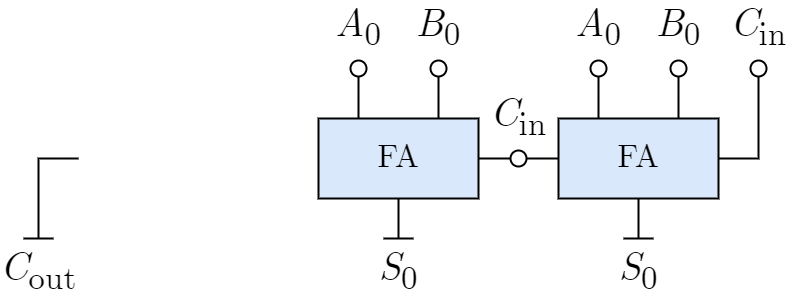
The draw.io diagram 24Au-DigitalLogic&Processor/Circuits/FIG-4-bit_Ripple_Carry_Adder.drawio.png in TheTenth-THU/THUEE23-24Autumn, before a commit. Source tidied: cells renumbered, new cells last; positions are measured from the earlier drawing's top-left corner, leaving out a move shared by most shapes.
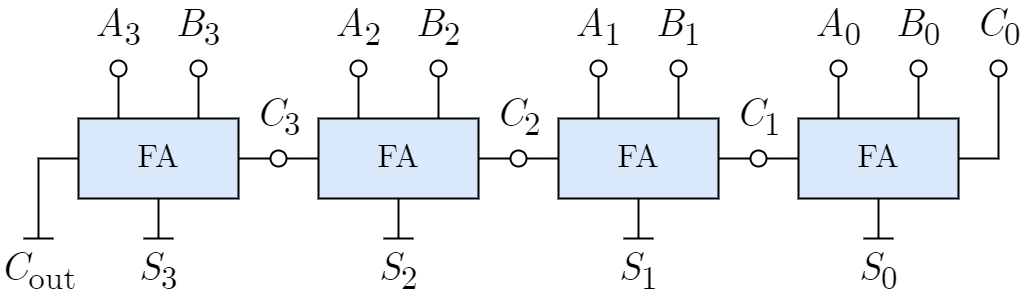
Above is the later version.

What changed in the source:
```diff
@@ -27,7 +27,7 @@
     <mxCell id="8" style="verticalLabelPosition=bottom;shadow=0;dashed=0;align=center;html=1;verticalAlign=top;shape=mxgraph.electrical.logic_gates.inverting_contact;fontFamily=Helvetica;fontSize=20;strokeWidth=2;rotation=-90;" parent="1" vertex="1">
       <mxGeometry x="660" y="40" width="20" height="20" as="geometry" />
     </mxCell>
-    <mxCell id="9" value="&lt;span style=&quot;font-size: 40px;&quot;&gt;C&lt;span style=&quot;font-style: normal;&quot;&gt;&lt;sub&gt;in&lt;/sub&gt;&lt;/span&gt;&lt;/span&gt;" style="text;html=1;align=center;verticalAlign=bottom;whiteSpace=wrap;rounded=0;fontFamily=CMU Serif;fontSize=40;fontColor=default;labelBackgroundColor=none;fontStyle=2;spacingLeft=3;spacingRight=3;spacingBottom=0;spacingTop=-15;" parent="1" vertex="1">
+    <mxCell id="9" value="&lt;span style=&quot;font-size: 40px;&quot;&gt;C&lt;span style=&quot;font-style: normal;&quot;&gt;&lt;sub&gt;0&lt;/sub&gt;&lt;/span&gt;&lt;/span&gt;" style="text;html=1;align=center;verticalAlign=bottom;whiteSpace=wrap;rounded=0;fontFamily=CMU Serif;fontSize=40;fontColor=default;labelBackgroundColor=none;fontStyle=2;spacingLeft=3;spacingRight=3;spacingBottom=0;spacingTop=-15;" parent="1" vertex="1">
       <mxGeometry x="720" width="60" height="40" as="geometry" />
     </mxCell>
     <mxCell id="10" style="edgeStyle=orthogonalEdgeStyle;rounded=0;jettySize=auto;html=1;fontFamily=Helvetica;fontSize=20;fontColor=default;endArrow=none;endFill=0;strokeWidth=2;entryX=0.1;entryY=0.5;entryDx=0;entryDy=0;entryPerimeter=0;jumpStyle=arc;exitX=1;exitY=0.5;exitDx=0;exitDy=0;" parent="1" edge="1" source="2" target="11">
@@ -56,28 +56,28 @@
       </mxGeometry>
     </mxCell>
     <mxCell id="15" value="&lt;span style=&quot;font-size: 40px;&quot;&gt;C&lt;span style=&quot;font-style: normal;&quot;&gt;&lt;sub&gt;out&lt;/sub&gt;&lt;/span&gt;&lt;/span&gt;" style="text;html=1;align=center;verticalAlign=top;whiteSpace=wrap;rounded=0;fontFamily=CMU Serif;fontSize=40;fontColor=default;labelBackgroundColor=none;fontStyle=2;spacingLeft=3;spacingRight=3;spacingBottom=0;spacingTop=0;" parent="1" vertex="1">
-      <mxGeometry y="220" width="60" height="40" as="geometry" />
+      <mxGeometry x="-240" y="220" width="60" height="40" as="geometry" />
     </mxCell>
     <mxCell id="16" style="edgeStyle=orthogonalEdgeStyle;rounded=0;orthogonalLoop=1;jettySize=auto;html=1;fontFamily=Helvetica;fontSize=20;fontColor=default;endArrow=none;endFill=0;strokeWidth=2;jumpStyle=arc;exitX=0;exitY=0.5;exitDx=0;exitDy=0;" parent="1" edge="1">
       <mxGeometry relative="1" as="geometry">
-        <mxPoint x="70" y="140" as="sourcePoint" />
-        <mxPoint x="30" y="220" as="targetPoint" />
+        <mxPoint x="-170" y="140" as="sourcePoint" />
+        <mxPoint x="-210" y="220" as="targetPoint" />
       </mxGeometry>
     </mxCell>
     <mxCell id="17" style="edgeStyle=orthogonalEdgeStyle;rounded=0;orthogonalLoop=1;jettySize=auto;html=1;fontFamily=Helvetica;fontSize=20;fontColor=default;endArrow=none;endFill=0;strokeWidth=2;jumpStyle=arc;" parent="1" edge="1">
       <mxGeometry relative="1" as="geometry">
-        <mxPoint x="15" y="220" as="sourcePoint" />
-        <mxPoint x="45" y="220" as="targetPoint" />
+        <mxPoint x="-225" y="220" as="sourcePoint" />
+        <mxPoint x="-195" y="220" as="targetPoint" />
         <Array as="points">
-          <mxPoint x="25" y="220" />
-          <mxPoint x="25" y="220" />
+          <mxPoint x="-215" y="220" />
+          <mxPoint x="-215" y="220" />
         </Array>
       </mxGeometry>
     </mxCell>
     <mxCell id="18" value="FA" style="rounded=0;whiteSpace=wrap;html=1;verticalAlign=middle;fillColor=#dae8fc;shadow=0;dashed=0;strokeWidth=2;fontFamily=CMU Serif;fontSize=32;" parent="1" vertex="1">
       <mxGeometry x="310" y="100" width="160" height="80" as="geometry" />
     </mxCell>
-    <mxCell id="19" value="&lt;span style=&quot;font-size: 40px;&quot;&gt;A&lt;span style=&quot;font-style: normal;&quot;&gt;&lt;sub&gt;0&lt;/sub&gt;&lt;/span&gt;&lt;/span&gt;" style="text;html=1;align=center;verticalAlign=bottom;whiteSpace=wrap;rounded=0;fontFamily=CMU Serif;fontSize=40;fontColor=default;labelBackgroundColor=none;fontStyle=2;spacingLeft=3;spacingRight=3;spacingBottom=0;spacingTop=-15;" parent="1" vertex="1">
+    <mxCell id="19" value="&lt;span style=&quot;font-size: 40px;&quot;&gt;A&lt;span style=&quot;font-style: normal;&quot;&gt;&lt;sub&gt;1&lt;/sub&gt;&lt;/span&gt;&lt;/span&gt;" style="text;html=1;align=center;verticalAlign=bottom;whiteSpace=wrap;rounded=0;fontFamily=CMU Serif;fontSize=40;fontColor=default;labelBackgroundColor=none;fontStyle=2;spacingLeft=3;spacingRight=3;spacingBottom=0;spacingTop=-15;" parent="1" vertex="1">
       <mxGeometry x="320" width="60" height="40" as="geometry" />
     </mxCell>
     <mxCell id="20" style="edgeStyle=orthogonalEdgeStyle;rounded=0;jettySize=auto;html=1;fontFamily=Helvetica;fontSize=20;fontColor=default;endArrow=none;endFill=0;strokeWidth=2;entryX=0.1;entryY=0.5;entryDx=0;entryDy=0;entryPerimeter=0;jumpStyle=arc;" parent="1" edge="1" target="21">
@@ -88,7 +88,7 @@
     <mxCell id="21" style="verticalLabelPosition=bottom;shadow=0;dashed=0;align=center;html=1;verticalAlign=top;shape=mxgraph.electrical.logic_gates.inverting_contact;fontFamily=Helvetica;fontSize=20;strokeWidth=2;rotation=-90;" parent="1" vertex="1">
       <mxGeometry x="340" y="40" width="20" height="20" as="geometry" />
     </mxCell>
-    <mxCell id="22" value="&lt;span style=&quot;font-size: 40px;&quot;&gt;B&lt;span style=&quot;font-style: normal;&quot;&gt;&lt;sub&gt;0&lt;/sub&gt;&lt;/span&gt;&lt;/span&gt;" style="text;html=1;align=center;verticalAlign=bottom;whiteSpace=wrap;rounded=0;fontFamily=CMU Serif;fontSize=40;fontColor=default;labelBackgroundColor=none;fontStyle=2;spacingLeft=3;spacingRight=3;spacingBottom=0;spacingTop=-15;" parent="1" vertex="1">
+    <mxCell id="22" value="&lt;span style=&quot;font-size: 40px;&quot;&gt;B&lt;span style=&quot;font-style: normal;&quot;&gt;&lt;sub&gt;1&lt;/sub&gt;&lt;/span&gt;&lt;/span&gt;" style="text;html=1;align=center;verticalAlign=bottom;whiteSpace=wrap;rounded=0;fontFamily=CMU Serif;fontSize=40;fontColor=default;labelBackgroundColor=none;fontStyle=2;spacingLeft=3;spacingRight=3;spacingBottom=0;spacingTop=-15;" parent="1" vertex="1">
       <mxGeometry x="400" width="60" height="40" as="geometry" />
     </mxCell>
     <mxCell id="23" style="edgeStyle=orthogonalEdgeStyle;rounded=0;jettySize=auto;html=1;fontFamily=Helvetica;fontSize=20;fontColor=default;endArrow=none;endFill=0;strokeWidth=2;entryX=0.1;entryY=0.5;entryDx=0;entryDy=0;entryPerimeter=0;jumpStyle=arc;" parent="1" edge="1" target="24">
@@ -99,7 +99,7 @@
     <mxCell id="24" style="verticalLabelPosition=bottom;shadow=0;dashed=0;align=center;html=1;verticalAlign=top;shape=mxgraph.electrical.logic_gates.inverting_contact;fontFamily=Helvetica;fontSize=20;strokeWidth=2;rotation=-90;" parent="1" vertex="1">
       <mxGeometry x="420" y="40" width="20" height="20" as="geometry" />
     </mxCell>
-    <mxCell id="25" value="&lt;span style=&quot;font-size: 40px;&quot;&gt;C&lt;span style=&quot;font-style: normal;&quot;&gt;&lt;sub&gt;in&lt;/sub&gt;&lt;/span&gt;&lt;/span&gt;" style="text;html=1;align=center;verticalAlign=bottom;whiteSpace=wrap;rounded=0;fontFamily=CMU Serif;fontSize=40;fontColor=default;labelBackgroundColor=none;fontStyle=2;spacingLeft=3;spacingRight=3;spacingBottom=0;spacingTop=-15;" parent="1" vertex="1">
+    <mxCell id="25" value="&lt;span style=&quot;font-size: 40px;&quot;&gt;C&lt;span style=&quot;font-style: normal;&quot;&gt;&lt;sub&gt;1&lt;/sub&gt;&lt;/span&gt;&lt;/span&gt;" style="text;html=1;align=center;verticalAlign=bottom;whiteSpace=wrap;rounded=0;fontFamily=CMU Serif;fontSize=40;fontColor=default;labelBackgroundColor=none;fontStyle=2;spacingLeft=3;spacingRight=3;spacingBottom=0;spacingTop=-15;" parent="1" vertex="1">
       <mxGeometry x="480" y="90" width="60" height="40" as="geometry" />
     </mxCell>
     <mxCell id="26" style="edgeStyle=orthogonalEdgeStyle;rounded=0;jettySize=auto;html=1;fontFamily=Helvetica;fontSize=20;fontColor=default;endArrow=none;endFill=0;strokeWidth=2;entryX=0;entryY=0.5;entryDx=0;entryDy=0;jumpStyle=arc;exitX=1;exitY=0.5;exitDx=0;exitDy=0;" parent="1" edge="1" source="18" target="2">
@@ -108,7 +108,7 @@
     <mxCell id="27" style="verticalLabelPosition=bottom;shadow=0;dashed=0;align=center;html=1;verticalAlign=top;shape=mxgraph.electrical.logic_gates.inverting_contact;fontFamily=Helvetica;fontSize=20;strokeWidth=2;rotation=0;" parent="1" vertex="1">
       <mxGeometry x="500" y="130" width="20" height="20" as="geometry" />
     </mxCell>
-    <mxCell id="28" value="&lt;span style=&quot;font-size: 40px;&quot;&gt;S&lt;sub style=&quot;font-style: normal;&quot;&gt;0&lt;/sub&gt;&lt;/span&gt;" style="text;html=1;align=center;verticalAlign=top;whiteSpace=wrap;rounded=0;fontFamily=CMU Serif;fontSize=40;fontColor=default;labelBackgroundColor=none;fontStyle=2;spacingLeft=3;spacingRight=3;spacingBottom=0;spacingTop=0;" parent="1" vertex="1">
+    <mxCell id="28" value="&lt;span style=&quot;font-size: 40px;&quot;&gt;S&lt;sub style=&quot;font-style: normal;&quot;&gt;1&lt;/sub&gt;&lt;/span&gt;" style="text;html=1;align=center;verticalAlign=top;whiteSpace=wrap;rounded=0;fontFamily=CMU Serif;fontSize=40;fontColor=default;labelBackgroundColor=none;fontStyle=2;spacingLeft=3;spacingRight=3;spacingBottom=0;spacingTop=0;" parent="1" vertex="1">
       <mxGeometry x="360" y="220" width="60" height="40" as="geometry" />
     </mxCell>
     <mxCell id="29" style="edgeStyle=orthogonalEdgeStyle;rounded=0;orthogonalLoop=1;jettySize=auto;html=1;fontFamily=Helvetica;fontSize=20;fontColor=default;endArrow=none;endFill=0;strokeWidth=2;jumpStyle=arc;exitX=0.25;exitY=1;exitDx=0;exitDy=0;" parent="1" edge="1">
@@ -127,5 +127,115 @@
         </Array>
       </mxGeometry>
     </mxCell>
+    <mxCell id="31" value="FA" style="rounded=0;whiteSpace=wrap;html=1;verticalAlign=middle;fillColor=#dae8fc;shadow=0;dashed=0;strokeWidth=2;fontFamily=CMU Serif;fontSize=32;" parent="1" vertex="1">
+      <mxGeometry x="70" y="100" width="160" height="80" as="geometry" />
+    </mxCell>
+    <mxCell id="32" value="&lt;span style=&quot;font-size: 40px;&quot;&gt;A&lt;span style=&quot;font-style: normal;&quot;&gt;&lt;sub&gt;2&lt;/sub&gt;&lt;/span&gt;&lt;/span&gt;" style="text;html=1;align=center;verticalAlign=bottom;whiteSpace=wrap;rounded=0;fontFamily=CMU Serif;fontSize=40;fontColor=default;labelBackgroundColor=none;fontStyle=2;spacingLeft=3;spacingRight=3;spacingBottom=0;spacingTop=-15;" parent="1" vertex="1">
+      <mxGeometry x="80" width="60" height="40" as="geometry" />
+    </mxCell>
+    <mxCell id="33" style="edgeStyle=orthogonalEdgeStyle;rounded=0;jettySize=auto;html=1;fontFamily=Helvetica;fontSize=20;fontColor=default;endArrow=none;endFill=0;strokeWidth=2;entryX=0.1;entryY=0.5;entryDx=0;entryDy=0;entryPerimeter=0;jumpStyle=arc;" parent="1" edge="1" target="34">
+      <mxGeometry relative="1" as="geometry">
+        <mxPoint x="110" y="100" as="sourcePoint" />
+      </mxGeometry>
+    </mxCell>
+    <mxCell id="34" style="verticalLabelPosition=bottom;shadow=0;dashed=0;align=center;html=1;verticalAlign=top;shape=mxgraph.electrical.logic_gates.inverting_contact;fontFamily=Helvetica;fontSize=20;strokeWidth=2;rotation=-90;" parent="1" vertex="1">
+      <mxGeometry x="100" y="40" width="20" height="20" as="geometry" />
+    </mxCell>
+    <mxCell id="35" value="&lt;span style=&quot;font-size: 40px;&quot;&gt;B&lt;span style=&quot;font-style: normal;&quot;&gt;&lt;sub&gt;2&lt;/sub&gt;&lt;/span&gt;&lt;/span&gt;" style="text;html=1;align=center;verticalAlign=bottom;whiteSpace=wrap;rounded=0;fontFamily=CMU Serif;fontSize=40;fontColor=default;labelBackgroundColor=none;fontStyle=2;spacingLeft=3;spacingRight=3;spacingBottom=0;spacingTop=-15;" parent="1" vertex="1">
+      <mxGeometry x="160" width="60" height="40" as="geometry" />
+    </mxCell>
+    <mxCell id="36" style="edgeStyle=orthogonalEdgeStyle;rounded=0;jettySize=auto;html=1;fontFamily=Helvetica;fontSize=20;fontColor=default;endArrow=none;endFill=0;strokeWidth=2;entryX=0.1;entryY=0.5;entryDx=0;entryDy=0;entryPerimeter=0;jumpStyle=arc;" parent="1" edge="1" target="37">
+      <mxGeometry relative="1" as="geometry">
+        <mxPoint x="190" y="100" as="sourcePoint" />
+      </mxGeometry>
+    </mxCell>
+    <mxCell id="37" style="verticalLabelPosition=bottom;shadow=0;dashed=0;align=center;html=1;verticalAlign=top;shape=mxgraph.electrical.logic_gates.inverting_contact;fontFamily=Helvetica;fontSize=20;strokeWidth=2;rotation=-90;" parent="1" vertex="1">
+      <mxGeometry x="180" y="40" width="20" height="20" as="geometry" />
+    </mxCell>
+    <mxCell id="38" value="&lt;span style=&quot;font-size: 40px;&quot;&gt;C&lt;span style=&quot;font-style: normal;&quot;&gt;&lt;sub&gt;2&lt;/sub&gt;&lt;/span&gt;&lt;/span&gt;" style="text;html=1;align=center;verticalAlign=bottom;whiteSpace=wrap;rounded=0;fontFamily=CMU Serif;fontSize=40;fontColor=default;labelBackgroundColor=none;fontStyle=2;spacingLeft=3;spacingRight=3;spacingBottom=0;spacingTop=-15;" parent="1" vertex="1">
+      <mxGeometry x="240" y="90" width="60" height="40" as="geometry" />
+    </mxCell>
+    <mxCell id="39" style="edgeStyle=orthogonalEdgeStyle;rounded=0;jettySize=auto;html=1;fontFamily=Helvetica;fontSize=20;fontColor=default;endArrow=none;endFill=0;strokeWidth=2;entryX=0;entryY=0.5;entryDx=0;entryDy=0;jumpStyle=arc;exitX=1;exitY=0.5;exitDx=0;exitDy=0;" parent="1" edge="1" source="31">
+      <mxGeometry relative="1" as="geometry">
+        <mxPoint x="310" y="140" as="targetPoint" />
+      </mxGeometry>
+    </mxCell>
+    <mxCell id="40" style="verticalLabelPosition=bottom;shadow=0;dashed=0;align=center;html=1;verticalAlign=top;shape=mxgraph.electrical.logic_gates.inverting_contact;fontFamily=Helvetica;fontSize=20;strokeWidth=2;rotation=0;" parent="1" vertex="1">
+      <mxGeometry x="260" y="130" width="20" height="20" as="geometry" />
+    </mxCell>
+    <mxCell id="41" value="&lt;span style=&quot;font-size: 40px;&quot;&gt;S&lt;sub style=&quot;font-style: normal;&quot;&gt;2&lt;/sub&gt;&lt;/span&gt;" style="text;html=1;align=center;verticalAlign=top;whiteSpace=wrap;rounded=0;fontFamily=CMU Serif;fontSize=40;fontColor=default;labelBackgroundColor=none;fontStyle=2;spacingLeft=3;spacingRight=3;spacingBottom=0;spacingTop=0;" parent="1" vertex="1">
+      <mxGeometry x="120" y="220" width="60" height="40" as="geometry" />
+    </mxCell>
+    <mxCell id="42" style="edgeStyle=orthogonalEdgeStyle;rounded=0;orthogonalLoop=1;jettySize=auto;html=1;fontFamily=Helvetica;fontSize=20;fontColor=default;endArrow=none;endFill=0;strokeWidth=2;jumpStyle=arc;exitX=0.25;exitY=1;exitDx=0;exitDy=0;" parent="1" edge="1">
+      <mxGeometry relative="1" as="geometry">
+        <mxPoint x="150" y="180" as="sourcePoint" />
+        <mxPoint x="150" y="220" as="targetPoint" />
+      </mxGeometry>
+    </mxCell>
+    <mxCell id="43" style="edgeStyle=orthogonalEdgeStyle;rounded=0;orthogonalLoop=1;jettySize=auto;html=1;fontFamily=Helvetica;fontSize=20;fontColor=default;endArrow=none;endFill=0;strokeWidth=2;jumpStyle=arc;" parent="1" edge="1">
+      <mxGeometry relative="1" as="geometry">
+        <mxPoint x="135" y="220" as="sourcePoint" />
+        <mxPoint x="165" y="220" as="targetPoint" />
+        <Array as="points">
+          <mxPoint x="145" y="220" />
+          <mxPoint x="145" y="220" />
+        </Array>
+      </mxGeometry>
+    </mxCell>
+    <mxCell id="44" value="FA" style="rounded=0;whiteSpace=wrap;html=1;verticalAlign=middle;fillColor=#dae8fc;shadow=0;dashed=0;strokeWidth=2;fontFamily=CMU Serif;fontSize=32;" parent="1" vertex="1">
+      <mxGeometry x="-170" y="100" width="160" height="80" as="geometry" />
+    </mxCell>
+    <mxCell id="45" value="&lt;span style=&quot;font-size: 40px;&quot;&gt;A&lt;span style=&quot;font-style: normal;&quot;&gt;&lt;sub&gt;3&lt;/sub&gt;&lt;/span&gt;&lt;/span&gt;" style="text;html=1;align=center;verticalAlign=bottom;whiteSpace=wrap;rounded=0;fontFamily=CMU Serif;fontSize=40;fontColor=default;labelBackgroundColor=none;fontStyle=2;spacingLeft=3;spacingRight=3;spacingBottom=0;spacingTop=-15;" parent="1" vertex="1">
+      <mxGeometry x="-160" width="60" height="40" as="geometry" />
+    </mxCell>
+    <mxCell id="46" style="edgeStyle=orthogonalEdgeStyle;rounded=0;jettySize=auto;html=1;fontFamily=Helvetica;fontSize=20;fontColor=default;endArrow=none;endFill=0;strokeWidth=2;entryX=0.1;entryY=0.5;entryDx=0;entryDy=0;entryPerimeter=0;jumpStyle=arc;" parent="1" edge="1" target="47">
+      <mxGeometry relative="1" as="geometry">
+        <mxPoint x="-130" y="100" as="sourcePoint" />
+      </mxGeometry>
+    </mxCell>
+    <mxCell id="47" style="verticalLabelPosition=bottom;shadow=0;dashed=0;align=center;html=1;verticalAlign=top;shape=mxgraph.electrical.logic_gates.inverting_contact;fontFamily=Helvetica;fontSize=20;strokeWidth=2;rotation=-90;" parent="1" vertex="1">
+      <mxGeometry x="-140" y="40" width="20" height="20" as="geometry" />
+    </mxCell>
+    <mxCell id="48" value="&lt;span style=&quot;font-size: 40px;&quot;&gt;B&lt;span style=&quot;font-style: normal;&quot;&gt;&lt;sub&gt;3&lt;/sub&gt;&lt;/span&gt;&lt;/span&gt;" style="text;html=1;align=center;verticalAlign=bottom;whiteSpace=wrap;rounded=0;fontFamily=CMU Serif;fontSize=40;fontColor=default;labelBackgroundColor=none;fontStyle=2;spacingLeft=3;spacingRight=3;spacingBottom=0;spacingTop=-15;" parent="1" vertex="1">
+      <mxGeometry x="-80" width="60" height="40" as="geometry" />
+    </mxCell>
+    <mxCell id="49" style="edgeStyle=orthogonalEdgeStyle;rounded=0;jettySize=auto;html=1;fontFamily=Helvetica;fontSize=20;fontColor=default;endArrow=none;endFill=0;strokeWidth=2;entryX=0.1;entryY=0.5;entryDx=0;entryDy=0;entryPerimeter=0;jumpStyle=arc;" parent="1" edge="1" target="50">
+      <mxGeometry relative="1" as="geometry">
+        <mxPoint x="-50" y="100" as="sourcePoint" />
+      </mxGeometry>
+    </mxCell>
+    <mxCell id="50" style="verticalLabelPosition=bottom;shadow=0;dashed=0;align=center;html=1;verticalAlign=top;shape=mxgraph.electrical.logic_gates.inverting_contact;fontFamily=Helvetica;fontSize=20;strokeWidth=2;rotation=-90;" parent="1" vertex="1">
+      <mxGeometry x="-60" y="40" width="20" height="20" as="geometry" />
+    </mxCell>
+    <mxCell id="51" value="&lt;span style=&quot;font-size: 40px;&quot;&gt;C&lt;span style=&quot;font-style: normal;&quot;&gt;&lt;sub&gt;3&lt;/sub&gt;&lt;/span&gt;&lt;/span&gt;" style="text;html=1;align=center;verticalAlign=bottom;whiteSpace=wrap;rounded=0;fontFamily=CMU Serif;fontSize=40;fontColor=default;labelBackgroundColor=none;fontStyle=2;spacingLeft=3;spacingRight=3;spacingBottom=0;spacingTop=-15;" parent="1" vertex="1">
+      <mxGeometry y="90" width="60" height="40" as="geometry" />
+    </mxCell>
+    <mxCell id="52" style="edgeStyle=orthogonalEdgeStyle;rounded=0;jettySize=auto;html=1;fontFamily=Helvetica;fontSize=20;fontColor=default;endArrow=none;endFill=0;strokeWidth=2;entryX=0;entryY=0.5;entryDx=0;entryDy=0;jumpStyle=arc;exitX=1;exitY=0.5;exitDx=0;exitDy=0;" parent="1" edge="1" source="44">
+      <mxGeometry relative="1" as="geometry">
+        <mxPoint x="70" y="140" as="targetPoint" />
+      </mxGeometry>
+    </mxCell>
+    <mxCell id="53" style="verticalLabelPosition=bottom;shadow=0;dashed=0;align=center;html=1;verticalAlign=top;shape=mxgraph.electrical.logic_gates.inverting_contact;fontFamily=Helvetica;fontSize=20;strokeWidth=2;rotation=0;" parent="1" vertex="1">
+      <mxGeometry x="20" y="130" width="20" height="20" as="geometry" />
+    </mxCell>
+    <mxCell id="54" value="&lt;span style=&quot;font-size: 40px;&quot;&gt;S&lt;sub style=&quot;font-style: normal;&quot;&gt;3&lt;/sub&gt;&lt;/span&gt;" style="text;html=1;align=center;verticalAlign=top;whiteSpace=wrap;rounded=0;fontFamily=CMU Serif;fontSize=40;fontColor=default;labelBackgroundColor=none;fontStyle=2;spacingLeft=3;spacingRight=3;spacingBottom=0;spacingTop=0;" parent="1" vertex="1">
+      <mxGeometry x="-120" y="220" width="60" height="40" as="geometry" />
+    </mxCell>
+    <mxCell id="55" style="edgeStyle=orthogonalEdgeStyle;rounded=0;orthogonalLoop=1;jettySize=auto;html=1;fontFamily=Helvetica;fontSize=20;fontColor=default;endArrow=none;endFill=0;strokeWidth=2;jumpStyle=arc;exitX=0.25;exitY=1;exitDx=0;exitDy=0;" parent="1" edge="1">
+      <mxGeometry relative="1" as="geometry">
+        <mxPoint x="-90" y="180" as="sourcePoint" />
+        <mxPoint x="-90" y="220" as="targetPoint" />
+      </mxGeometry>
+    </mxCell>
+    <mxCell id="56" style="edgeStyle=orthogonalEdgeStyle;rounded=0;orthogonalLoop=1;jettySize=auto;html=1;fontFamily=Helvetica;fontSize=20;fontColor=default;endArrow=none;endFill=0;strokeWidth=2;jumpStyle=arc;" parent="1" edge="1">
+      <mxGeometry relative="1" as="geometry">
+        <mxPoint x="-105" y="220" as="sourcePoint" />
+        <mxPoint x="-75" y="220" as="targetPoint" />
+        <Array as="points">
+          <mxPoint x="-95" y="220" />
+          <mxPoint x="-95" y="220" />
+        </Array>
+      </mxGeometry>
+    </mxCell>
   </root>
 </mxGraphModel>
```
